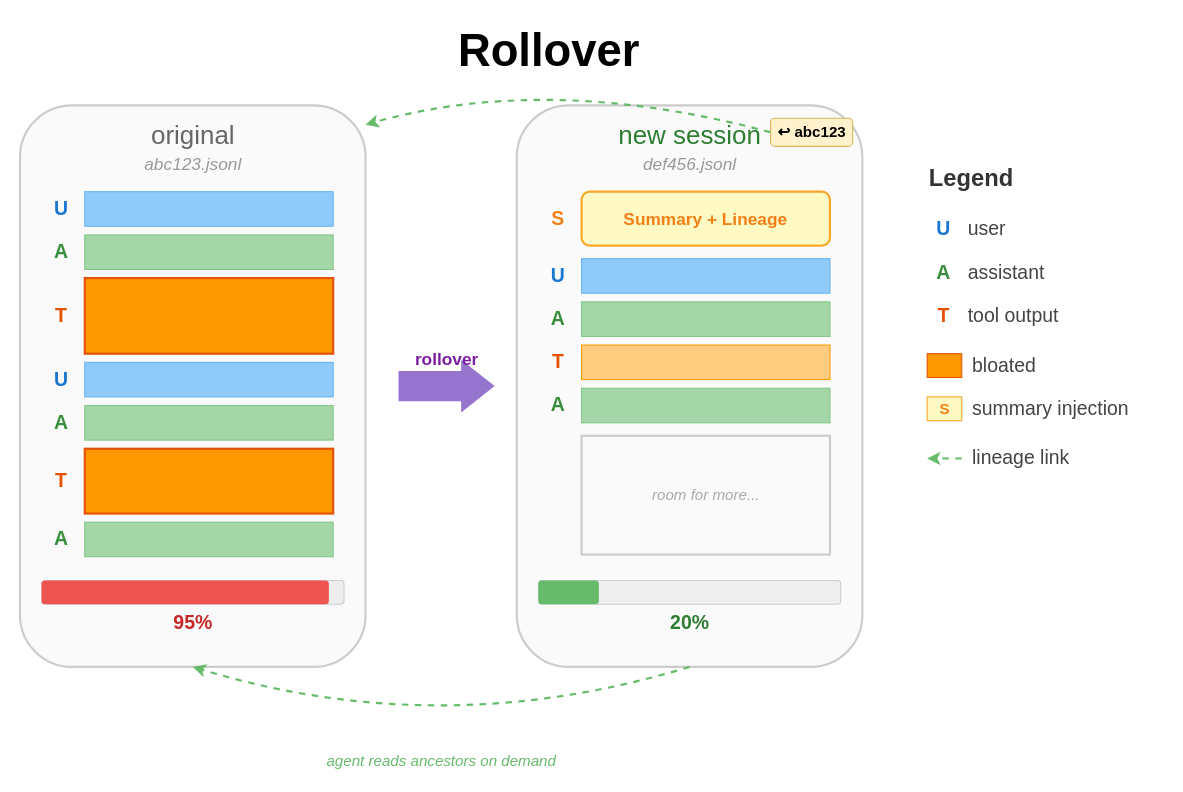
This is demos/rollover_diagram.drawio from steeef/claude-code-tools, a draw.io file, before an edit. Source tidied: cells renumbered, new cells numbered last; positions are measured from the earlier drawing's top-left corner, leaving out a move shared by most shapes. Both pictures are drawn from the tidied source at 108%, with x=0, y=0 at pixel (19, 18).
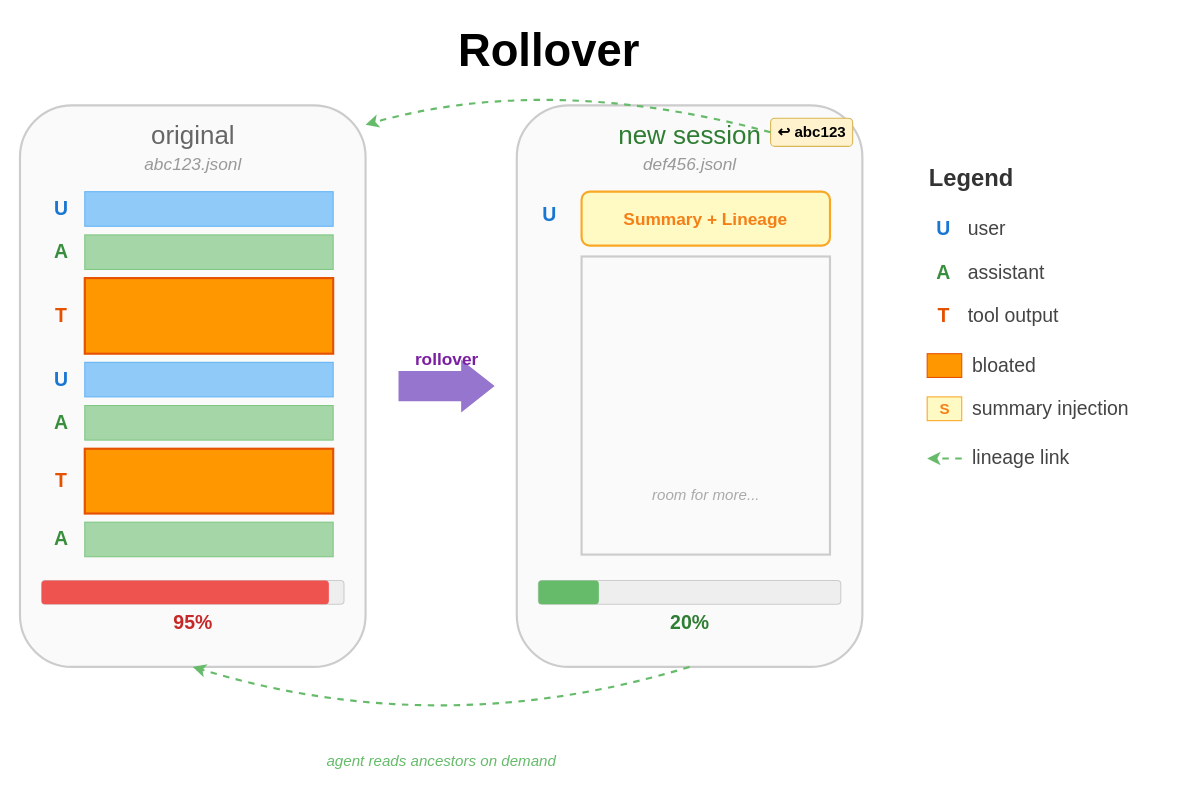
The same page after the edit.

What changed in the source:
```diff
@@
-    <mxCell id="31" value="S" style="text;html=1;strokeColor=none;fillColor=none;align=center;verticalAlign=middle;rounded=0;fontSize=18;fontColor=#F57F17;fontStyle=1;" parent="1" vertex="1">
-      <mxGeometry x="480" y="169" width="36" height="32" as="geometry" />
-    </mxCell>
-    <mxCell id="32" style="rounded=0;html=1;fillColor=#90CAF9;strokeColor=#64B5F6;" parent="1" vertex="1">
-      <mxGeometry x="520" y="222" width="230" height="32" as="geometry" />
-    </mxCell>
-    <mxCell id="33" value="U" style="text;html=1;strokeColor=none;fillColor=none;align=center;verticalAlign=middle;rounded=0;fontSize=18;fontColor=#1976D2;fontStyle=1;" parent="1" vertex="1">
-      <mxGeometry x="480" y="222" width="36" height="32" as="geometry" />
-    </mxCell>
-    <mxCell id="34" style="rounded=0;html=1;fillColor=#A5D6A7;strokeColor=#81C784;" parent="1" vertex="1">
-      <mxGeometry x="520" y="262" width="230" height="32" as="geometry" />
-    </mxCell>
-    <mxCell id="35" value="A" style="text;html=1;strokeColor=none;fillColor=none;align=center;verticalAlign=middle;rounded=0;fontSize=18;fontColor=#388E3C;fontStyle=1;" parent="1" vertex="1">
-      <mxGeometry x="480" y="262" width="36" height="32" as="geometry" />
-    </mxCell>
-    <mxCell id="36" style="rounded=0;html=1;fillColor=#FFCC80;strokeColor=#FF9800;" parent="1" vertex="1">
-      <mxGeometry x="520" y="302" width="230" height="32" as="geometry" />
-    </mxCell>
-    <mxCell id="37" value="T" style="text;html=1;strokeColor=none;fillColor=none;align=center;verticalAlign=middle;rounded=0;fontSize=18;fontColor=#E65100;fontStyle=1;" parent="1" vertex="1">
-      <mxGeometry x="480" y="302" width="36" height="32" as="geometry" />
-    </mxCell>
-    <mxCell id="38" style="rounded=0;html=1;fillColor=#A5D6A7;strokeColor=#81C784;" parent="1" vertex="1">
-      <mxGeometry x="520" y="342" width="230" height="32" as="geometry" />
-    </mxCell>
-    <mxCell id="39" value="A" style="text;html=1;strokeColor=none;fillColor=none;align=center;verticalAlign=middle;rounded=0;fontSize=18;fontColor=#388E3C;fontStyle=1;" parent="1" vertex="1">
-      <mxGeometry x="480" y="342" width="36" height="32" as="geometry" />
-    </mxCell>
     <mxCell id="40" style="rounded=0;whiteSpace=wrap;html=1;fillColor=none;strokeColor=#CCCCCC;strokeWidth=2;strokeDashPattern=8 8;" parent="1" vertex="1">
-      <mxGeometry x="520" y="386" width="230" height="110" as="geometry" />
+      <mxGeometry x="520" y="220" width="230" height="276" as="geometry" />
     </mxCell>
@@
+    <mxCell id="33" value="U" style="text;html=1;strokeColor=none;fillColor=none;align=center;verticalAlign=middle;rounded=0;fontSize=18;fontColor=#1976D2;fontStyle=1;" parent="1" vertex="1">
+      <mxGeometry x="472" y="166" width="36" height="32" as="geometry" />
+    </mxCell>
```
